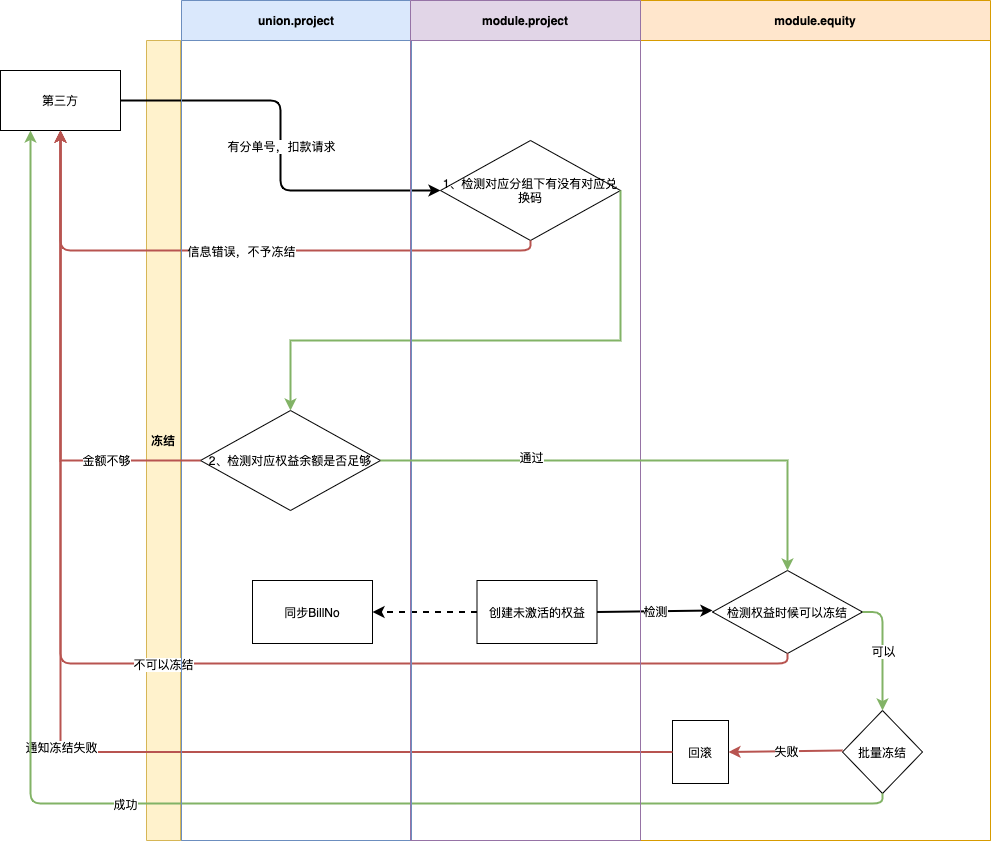
Earlier version of the draw.io export 寿险冻结.png (zuoqiang320/uniondrug). Source tidied: cells renumbered, new cells last; positions are measured from the earlier drawing's top-left corner, leaving out a move shared by most shapes.
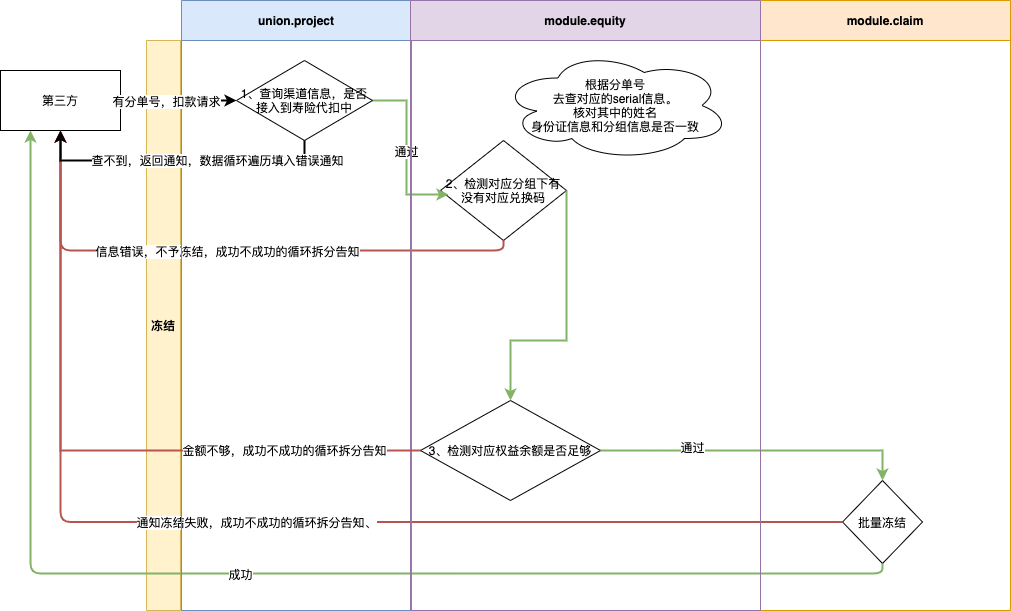
Above is the later version.

Diff of the diagram source:
```diff
@@ -2,89 +2,63 @@
   <root>
     <mxCell id="0" />
     <mxCell id="1" parent="0" />
-    <mxCell id="2" style="edgeStyle=orthogonalEdgeStyle;rounded=0;jettySize=auto;html=1;exitX=0;exitY=0.5;exitDx=0;exitDy=0;strokeWidth=2;dashed=1;" parent="1" edge="1" source="3" target="30">
-      <mxGeometry relative="1" as="geometry" />
-    </mxCell>
-    <mxCell id="3" value="创建未激活的权益" style="rounded=0;whiteSpace=wrap;html=1;startSize=34;strokeWidth=1;" parent="1" vertex="1">
-      <mxGeometry x="476.5" y="580" width="120" height="63" as="geometry" />
-    </mxCell>
-    <mxCell id="4" value="检测权益时候可以冻结" style="rhombus;whiteSpace=wrap;html=1;startSize=34;strokeWidth=1;" parent="1" vertex="1">
-      <mxGeometry x="712" y="570" width="150" height="83" as="geometry" />
-    </mxCell>
-    <mxCell id="5" value="批量冻结" style="rhombus;whiteSpace=wrap;html=1;startSize=34;strokeWidth=1;" parent="1" vertex="1">
-      <mxGeometry x="842" y="710" width="80" height="83" as="geometry" />
-    </mxCell>
     <mxCell id="6" value="冻结" style="swimlane;direction=north;fillColor=#fff2cc;strokeColor=#d6b656;startSize=34;verticalAlign=middle;" parent="1" vertex="1">
-      <mxGeometry x="146" y="40" width="844" height="800" as="geometry" />
+      <mxGeometry x="146" y="40" width="864" height="570" as="geometry" />
     </mxCell>
-    <mxCell id="7" style="endArrow=classic;html=1;strokeWidth=2;exitX=1;exitY=0.5;exitDx=0;exitDy=0;" parent="6" edge="1" source="3">
-      <mxGeometry relative="1" as="geometry">
-        <mxPoint x="566" y="570" as="targetPoint" />
-      </mxGeometry>
-    </mxCell>
-    <mxCell id="8" value="检测" style="edgeLabel;html=1;align=center;verticalAlign=middle;" parent="7" vertex="1">
-      <mxGeometry relative="1" as="geometry" />
-    </mxCell>
-    <mxCell id="9" value="回滚" style="rounded=0;whiteSpace=wrap;html=1;startSize=34;strokeWidth=1;" parent="6" vertex="1">
-      <mxGeometry x="526" y="680" width="56" height="63" as="geometry" />
-    </mxCell>
-    <mxCell id="10" value="2、检测对应权益余额是否足够" style="rhombus;whiteSpace=wrap;html=1;startSize=34;strokeWidth=1;" parent="6" vertex="1">
-      <mxGeometry x="54" y="370" width="180" height="100" as="geometry" />
+    <mxCell id="10" value="3、检测对应权益余额是否足够" style="rhombus;whiteSpace=wrap;html=1;startSize=34;strokeWidth=1;" parent="6" vertex="1">
+      <mxGeometry x="274" y="360" width="180" height="100" as="geometry" />
     </mxCell>
-    <mxCell id="11" value="1、检测对应分组下有没有对应兑换码" style="rhombus;whiteSpace=wrap;html=1;startSize=34;strokeWidth=1;" parent="6" vertex="1">
-      <mxGeometry x="294" y="100" width="180" height="100" as="geometry" />
+    <mxCell id="11" value="2、检测对应分组下有没有对应兑换码" style="rhombus;whiteSpace=wrap;html=1;startSize=34;strokeWidth=1;" parent="6" vertex="1">
+      <mxGeometry x="294" y="100" width="126" height="100" as="geometry" />
     </mxCell>
     <mxCell id="12" style="edgeStyle=orthogonalEdgeStyle;rounded=0;jettySize=auto;html=1;exitX=1;exitY=0.5;exitDx=0;exitDy=0;entryX=0.5;entryY=0;entryDx=0;entryDy=0;fillColor=#d5e8d4;strokeColor=#82b366;strokeWidth=2;" parent="6" edge="1" source="11" target="10">
       <mxGeometry relative="1" as="geometry">
         <Array as="points">
-          <mxPoint x="474" y="300" />
-          <mxPoint x="144" y="300" />
+          <mxPoint x="420" y="300" />
+          <mxPoint x="364" y="300" />
         </Array>
       </mxGeometry>
     </mxCell>
+    <mxCell id="5" value="批量冻结" style="rhombus;whiteSpace=wrap;html=1;startSize=34;strokeWidth=1;" parent="6" vertex="1">
+      <mxGeometry x="696" y="440" width="80" height="83" as="geometry" />
+    </mxCell>
+    <mxCell id="32" style="edgeStyle=orthogonalEdgeStyle;rounded=0;jettySize=auto;html=1;exitX=1;exitY=0.5;exitDx=0;exitDy=0;entryX=0.5;entryY=0;entryDx=0;entryDy=0;strokeWidth=2;fillColor=#d5e8d4;strokeColor=#82b366;" parent="6" edge="1" source="10" target="5">
+      <mxGeometry relative="1" as="geometry" />
+    </mxCell>
+    <mxCell id="33" value="通过" style="edgeLabel;html=1;align=center;verticalAlign=middle;" parent="32" vertex="1">
+      <mxGeometry x="-0.42" y="4" relative="1" as="geometry" />
+    </mxCell>
+    <mxCell id="16" style="endArrow=classic;html=1;strokeWidth=2;edgeStyle=orthogonalEdgeStyle;entryX=0;entryY=0.5;entryDx=0;entryDy=0;" parent="6" edge="1" target="38">
+      <mxGeometry relative="1" as="geometry">
+        <mxPoint x="-26" y="60" as="sourcePoint" />
+      </mxGeometry>
+    </mxCell>
+    <mxCell id="36" value="&lt;span style=&quot;color: rgba(0 , 0 , 0 , 0) ; font-family: monospace ; font-size: 0px ; background-color: rgb(248 , 249 , 250)&quot;&gt;%3CmxGraphModel%3E%3Croot%3E%3CmxCell%20id%3D%220%22%2F%3E%3CmxCell%20id%3D%221%22%20parent%3D%220%22%2F%3E%3CmxCell%20id%3D%222%22%20value%3D%22%E6%9C%89%E5%88%86%E5%8D%95%E5%8F%B7%EF%BC%8C%E6%89%A3%E6%AC%BE%E8%AF%B7%E6%B1%82%22%20style%3D%22edgeLabel%3Bresizable%3D0%3Bhtml%3D1%3Balign%3Dcenter%3BverticalAlign%3Dmiddle%3B%22%20connectable%3D%220%22%20vertex%3D%221%22%20parent%3D%221%22%3E%3CmxGeometry%20x%3D%22255%22%20y%3D%22150%22%20as%3D%22geometry%22%2F%3E%3C%2FmxCell%3E%3C%2Froot%3E%3C%2FmxGraphModel%3E&lt;/span&gt;" style="edgeLabel;html=1;align=center;verticalAlign=middle;" parent="16" vertex="1">
+      <mxGeometry x="-0.3" y="-2" relative="1" as="geometry" />
+    </mxCell>
+    <mxCell id="37" value="通过" style="edgeStyle=orthogonalEdgeStyle;rounded=0;jettySize=auto;html=1;exitX=1;exitY=0.5;exitDx=0;exitDy=0;entryX=0.063;entryY=0.54;entryDx=0;entryDy=0;entryPerimeter=0;strokeWidth=2;fillColor=#d5e8d4;strokeColor=#82b366;" parent="6" edge="1" source="38" target="11">
+      <mxGeometry relative="1" as="geometry" />
+    </mxCell>
+    <mxCell id="38" value="1、查询渠道信息，是否接入到寿险代扣中" style="rhombus;whiteSpace=wrap;html=1;" parent="6" vertex="1">
+      <mxGeometry x="90" y="20" width="136" height="80" as="geometry" />
+    </mxCell>
     <mxCell id="13" value="第三方" style="whiteSpace=wrap;html=1;align=center;newEdgeStyle={&quot;edgeStyle&quot;:&quot;elbowEdgeStyle&quot;,&quot;startArrow&quot;:&quot;none&quot;,&quot;endArrow&quot;:&quot;none&quot;};" parent="1" vertex="1">
       <mxGeometry y="70" width="120" height="60" as="geometry" />
     </mxCell>
     <mxCell id="14" style="endArrow=classic;html=1;strokeWidth=2;exitX=0.5;exitY=1;exitDx=0;exitDy=0;entryX=0.5;entryY=1;entryDx=0;entryDy=0;edgeStyle=orthogonalEdgeStyle;fillColor=#f8cecc;strokeColor=#b85450;" parent="1" edge="1" source="11" target="13">
       <mxGeometry relative="1" as="geometry" />
     </mxCell>
-    <mxCell id="15" value="信息错误，不予冻结" style="edgeLabel;html=1;align=center;verticalAlign=middle;" parent="14" vertex="1">
+    <mxCell id="15" value="信息错误，不予冻结，成功不成功的循环拆分告知" style="edgeLabel;html=1;align=center;verticalAlign=middle;" parent="14" vertex="1">
       <mxGeometry relative="1" as="geometry" />
     </mxCell>
-    <mxCell id="16" style="endArrow=classic;html=1;strokeWidth=2;edgeStyle=orthogonalEdgeStyle;entryX=0;entryY=0.5;entryDx=0;entryDy=0;" parent="1" edge="1" target="11">
-      <mxGeometry relative="1" as="geometry">
-        <mxPoint x="120" y="100" as="sourcePoint" />
-      </mxGeometry>
-    </mxCell>
-    <mxCell id="17" value="有分单号，扣款请求" style="edgeLabel;html=1;align=center;verticalAlign=middle;" parent="16" vertex="1">
-      <mxGeometry relative="1" as="geometry" />
-    </mxCell>
-    <mxCell id="18" style="endArrow=classic;html=1;strokeWidth=2;exitX=1;exitY=0.5;exitDx=0;exitDy=0;edgeStyle=orthogonalEdgeStyle;fillColor=#d5e8d4;strokeColor=#82b366;" parent="1" edge="1" source="4">
-      <mxGeometry relative="1" as="geometry">
-        <mxPoint x="882" y="710" as="targetPoint" />
-      </mxGeometry>
-    </mxCell>
-    <mxCell id="19" value="可以" style="edgeLabel;html=1;align=center;verticalAlign=middle;" parent="18" vertex="1">
-      <mxGeometry relative="1" as="geometry" />
-    </mxCell>
-    <mxCell id="20" style="endArrow=classic;html=1;strokeWidth=2;exitX=0.5;exitY=1;exitDx=0;exitDy=0;entryX=0.5;entryY=1;entryDx=0;entryDy=0;edgeStyle=orthogonalEdgeStyle;fillColor=#f8cecc;strokeColor=#b85450;" parent="1" edge="1" source="4" target="13">
-      <mxGeometry relative="1" as="geometry" />
-    </mxCell>
-    <mxCell id="21" value="不可以冻结" style="edgeLabel;html=1;align=center;verticalAlign=middle;" parent="20" vertex="1">
-      <mxGeometry relative="1" as="geometry" />
-    </mxCell>
-    <mxCell id="22" style="endArrow=classic;html=1;strokeWidth=2;entryX=1;entryY=0.5;entryDx=0;entryDy=0;fillColor=#f8cecc;strokeColor=#b85450;" parent="1" edge="1" target="9">
-      <mxGeometry relative="1" as="geometry">
-        <mxPoint x="842" y="750" as="sourcePoint" />
-      </mxGeometry>
-    </mxCell>
-    <mxCell id="23" value="失败" style="edgeLabel;html=1;align=center;verticalAlign=middle;" parent="22" vertex="1">
-      <mxGeometry relative="1" as="geometry" />
-    </mxCell>
-    <mxCell id="24" style="endArrow=classic;html=1;strokeWidth=2;exitX=0;exitY=0.5;exitDx=0;exitDy=0;entryX=0.5;entryY=1;entryDx=0;entryDy=0;edgeStyle=orthogonalEdgeStyle;fillColor=#f8cecc;strokeColor=#b85450;" parent="1" edge="1" source="9" target="13">
-      <mxGeometry relative="1" as="geometry" />
+    <mxCell id="24" style="endArrow=classic;html=1;strokeWidth=2;exitX=0;exitY=0.5;exitDx=0;exitDy=0;entryX=0.5;entryY=1;entryDx=0;entryDy=0;edgeStyle=orthogonalEdgeStyle;fillColor=#f8cecc;strokeColor=#b85450;" parent="1" edge="1" source="5" target="13">
+      <mxGeometry relative="1" as="geometry">
+        <Array as="points">
+          <mxPoint x="60" y="522" />
+        </Array>
+      </mxGeometry>
     </mxCell>
-    <mxCell id="25" value="通知冻结失败" style="edgeLabel;html=1;align=center;verticalAlign=middle;" parent="24" vertex="1">
+    <mxCell id="25" value="通知冻结失败，成功不成功的循环拆分告知、" style="edgeLabel;html=1;align=center;verticalAlign=middle;" parent="24" vertex="1">
       <mxGeometry relative="1" as="geometry" />
     </mxCell>
     <mxCell id="26" style="endArrow=classic;html=1;strokeWidth=2;exitX=0.5;exitY=1;exitDx=0;exitDy=0;entryX=0.25;entryY=1;entryDx=0;entryDy=0;edgeStyle=orthogonalEdgeStyle;fillColor=#d5e8d4;strokeColor=#82b366;" parent="1" edge="1" source="5" target="13">
@@ -93,29 +67,32 @@
     <mxCell id="27" value="成功" style="edgeLabel;html=1;align=center;verticalAlign=middle;" parent="26" vertex="1">
       <mxGeometry relative="1" as="geometry" />
     </mxCell>
-    <mxCell id="28" value="module.equity" style="swimlane;startSize=40;fillColor=#ffe6cc;strokeColor=#d79b00;" parent="1" vertex="1">
-      <mxGeometry x="640" width="350" height="840" as="geometry" />
+    <mxCell id="28" value="module.claim" style="swimlane;startSize=40;fillColor=#ffe6cc;strokeColor=#d79b00;" parent="1" vertex="1">
+      <mxGeometry x="760" width="250" height="610" as="geometry" />
     </mxCell>
     <mxCell id="29" value="union.project" style="swimlane;startSize=40;fillColor=#dae8fc;strokeColor=#6c8ebf;" parent="1" vertex="1">
-      <mxGeometry x="181" width="230" height="840" as="geometry" />
+      <mxGeometry x="181" width="230" height="610" as="geometry" />
     </mxCell>
-    <mxCell id="30" value="同步BillNo" style="rounded=0;whiteSpace=wrap;html=1;" parent="29" vertex="1">
-      <mxGeometry x="71" y="580" width="120" height="63" as="geometry" />
-    </mxCell>
-    <mxCell id="31" value="module.project" style="swimlane;startSize=40;fillColor=#e1d5e7;strokeColor=#9673a6;strokeWidth=1;" parent="1" vertex="1">
-      <mxGeometry x="410" width="230" height="840" as="geometry" />
+    <mxCell id="31" value="module.equity" style="swimlane;startSize=40;fillColor=#e1d5e7;strokeColor=#9673a6;strokeWidth=1;" parent="1" vertex="1">
+      <mxGeometry x="410" width="350" height="610" as="geometry" />
     </mxCell>
-    <mxCell id="32" style="edgeStyle=orthogonalEdgeStyle;rounded=0;jettySize=auto;html=1;exitX=1;exitY=0.5;exitDx=0;exitDy=0;entryX=0.5;entryY=0;entryDx=0;entryDy=0;strokeWidth=2;fillColor=#d5e8d4;strokeColor=#82b366;" parent="1" edge="1" source="10" target="4">
-      <mxGeometry relative="1" as="geometry" />
-    </mxCell>
-    <mxCell id="33" value="通过" style="edgeLabel;html=1;align=center;verticalAlign=middle;" parent="32" vertex="1">
-      <mxGeometry x="-0.42" y="4" relative="1" as="geometry" />
-    </mxCell>
+    <mxCell id="39" value="根据分单号&lt;br&gt;去查对应的serial信息。&lt;br&gt;核对其中的姓名&lt;br&gt;身份证信息和分组信息是否一致" style="ellipse;shape=cloud;whiteSpace=wrap;html=1;" parent="31" vertex="1">
+      <mxGeometry x="90" y="50" width="230" height="110" as="geometry" />
+    </mxCell>
     <mxCell id="34" style="edgeStyle=orthogonalEdgeStyle;rounded=0;jettySize=auto;html=1;exitX=0;exitY=0.5;exitDx=0;exitDy=0;entryX=0.5;entryY=1;entryDx=0;entryDy=0;strokeWidth=2;fillColor=#f8cecc;strokeColor=#b85450;" parent="1" edge="1" source="10" target="13">
       <mxGeometry relative="1" as="geometry" />
     </mxCell>
-    <mxCell id="35" value="金额不够" style="edgeLabel;html=1;align=center;verticalAlign=middle;" parent="34" vertex="1">
+    <mxCell id="35" value="金额不够，成功不成功的循环拆分告知" style="edgeLabel;html=1;align=center;verticalAlign=middle;" parent="34" vertex="1">
       <mxGeometry x="-0.6" y="-1" relative="1" as="geometry" />
     </mxCell>
+    <mxCell id="17" value="有分单号，扣款请求" style="edgeLabel;html=1;align=center;verticalAlign=middle;" parent="1" vertex="1">
+      <mxGeometry x="165" y="100" as="geometry" />
+    </mxCell>
+    <mxCell id="40" style="edgeStyle=orthogonalEdgeStyle;rounded=0;jettySize=auto;html=1;exitX=0.5;exitY=1;exitDx=0;exitDy=0;entryX=0.5;entryY=1;entryDx=0;entryDy=0;strokeWidth=2;" parent="1" edge="1" source="38" target="13">
+      <mxGeometry relative="1" as="geometry" />
+    </mxCell>
+    <mxCell id="41" value="查不到，返回通知，数据循环遍历填入错误通知" style="edgeLabel;html=1;align=center;verticalAlign=middle;" parent="40" vertex="1">
+      <mxGeometry x="-0.27" y="-1" relative="1" as="geometry" />
+    </mxCell>
   </root>
 </mxGraphModel>
```
